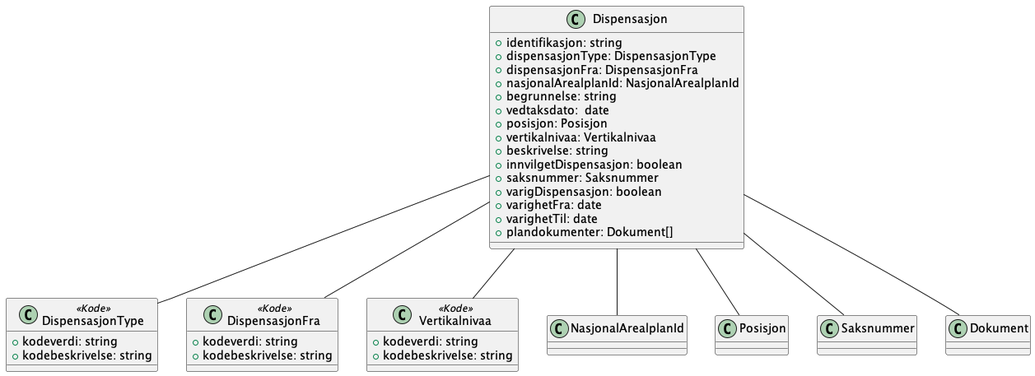
The PlantUML diagram Dokumentasjon/V2/ClassDiagrams/no.ks.fiks.plan.v2.felles.dispensasjon/dispensasjon.png in ks-no/fiks-plan-specification, before a commit.
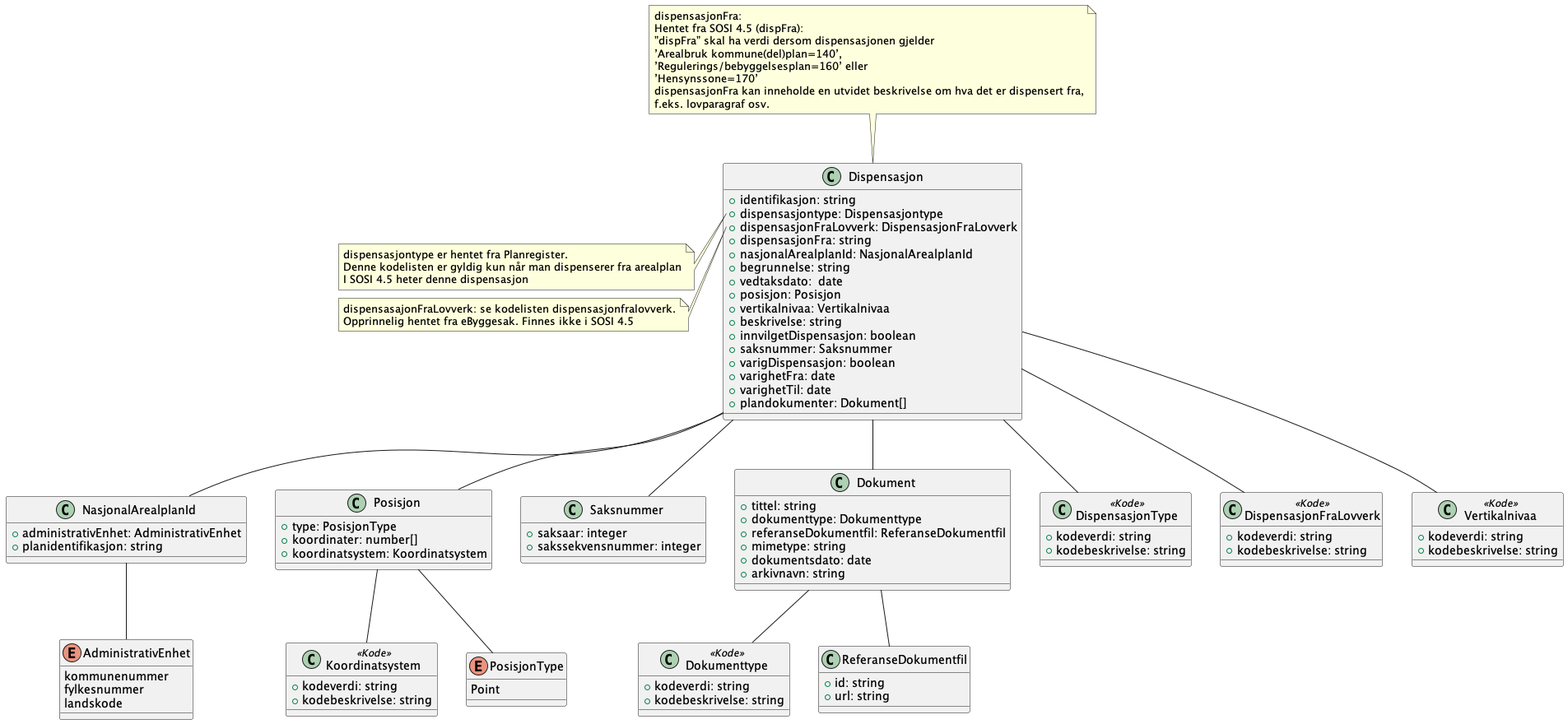
After the change.

Change to the diagram source:
```diff
@@ -1,8 +1,14 @@
 @startuml
+!include ./../no.ks.fiks.plan.v2.felles.nasjonalarealplanid/nasjonalarealplanid.pu
+!include ./../no.ks.fiks.plan.v2.felles.posisjon/posisjon.pu
+!include ./../no.ks.fiks.plan.v2.felles.saksnummer/saksnummer.pu
+!include ./../no.ks.fiks.plan.v2.felles.dokument/dokument.pu
+
 class Dispensasjon {
     +identifikasjon: string
-    +dispensasjonType: DispensasjonType
-    +dispensasjonFra: DispensasjonFra
+    +dispensasjontype: Dispensasjontype
+    +dispensasjonFraLovverk: DispensasjonFraLovverk
+    +dispensasjonFra: string
     +nasjonalArealplanId: NasjonalArealplanId
     +begrunnelse: string
     +vedtaksdato:  date
@@ -17,8 +23,30 @@
     +plandokumenter: Dokument[]
 }
 
+note left of Dispensasjon::dispensasjontype
+    dispensasjontype er hentet fra Planregister.
+    Denne kodelisten er gyldig kun når man dispenserer fra arealplan
+    I SOSI 4.5 heter denne dispensasjon
+end note
+
+note left of Dispensasjon::dispensasjonFraLovverk
+    dispensasajonFraLovverk: se kodelisten dispensasjonfralovverk.
+    Opprinnelig hentet fra eByggesak. Finnes ikke i SOSI 4.5
+end note
+
+note top of Dispensasjon
+    dispensasjonFra:
+    Hentet fra SOSI 4.5 (dispFra):
+    ”dispFra” skal ha verdi dersom dispensasjonen gjelder
+    ’Arealbruk kommune(del)plan=140’,
+    ’Regulerings/bebyggelsesplan=160’ eller
+    ’Hensynssone=170’
+    dispensasjonFra kan inneholde en utvidet beskrivelse om hva det er dispensert fra,
+    f.eks. lovparagraf osv.
+end note
+
 Dispensasjon -- DispensasjonType
-Dispensasjon -- DispensasjonFra
+Dispensasjon -- DispensasjonFraLovverk
 Dispensasjon -- Vertikalnivaa
 Dispensasjon -- NasjonalArealplanId
 Dispensasjon -- Posisjon
@@ -30,7 +58,7 @@
     +kodebeskrivelse: string
 }
 
-class DispensasjonFra <<Kode>> {
+class DispensasjonFraLovverk <<Kode>> {
     +kodeverdi: string
     +kodebeskrivelse: string
 }
```
